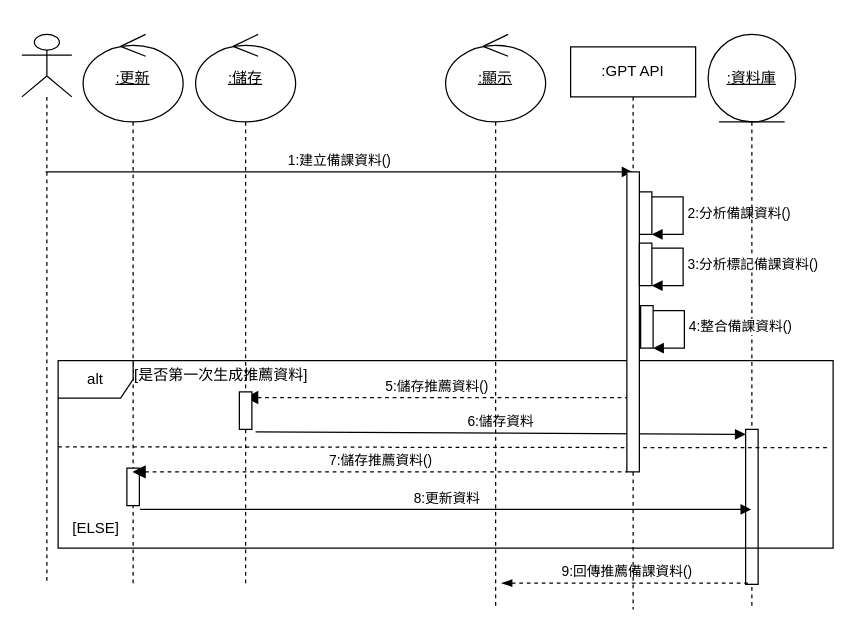
Earlier version of the draw.io diagram page "生成建議資料" (2 of 2) of 循序圖(建議資料).drawio (Kevincheng0804/System-analysis). Source tidied: cells renumbered, new cells numbered last; positions are measured from the earlier drawing's top-left corner, leaving out a move shared by most shapes. Both pictures are drawn from the tidied source at 125%, with x=0, y=0 at pixel (21, 34).
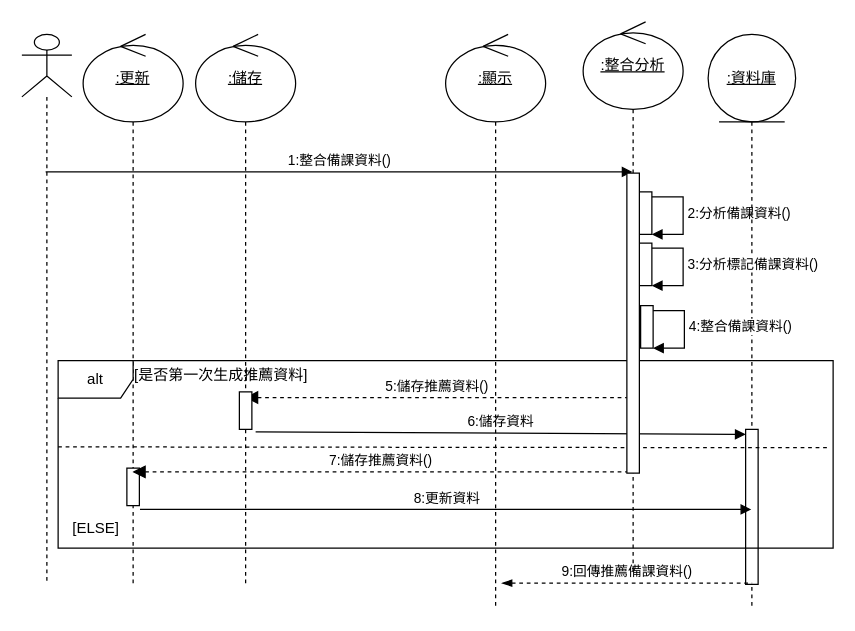
After the change.

Commit message:
更新循序圖(建議資料).drawio

The edit, as a diff of the source:
```diff
@@
-    <mxCell id="3" value="1:建立備課資料()" style="html=1;verticalAlign=bottom;startArrow=none;startFill=0;endArrow=block;startSize=8;" parent="1" edge="1" target="22">
+    <mxCell id="3" value="1:整合備課資料()" style="html=1;verticalAlign=bottom;startArrow=none;startFill=0;endArrow=block;startSize=8;" parent="1" edge="1">
       <mxGeometry relative="1" as="geometry">
         <mxPoint x="19" y="110" as="sourcePoint" />
+        <mxPoint x="488.5" y="110" as="targetPoint" />
       </mxGeometry>
     </mxCell>
@@
-    <mxCell id="22" value=":GPT API" style="shape=umlLifeline;perimeter=lifelinePerimeter;whiteSpace=wrap;html=1;outlineConnect=0;portConstraint=eastwest;newEdgeStyle={&quot;curved&quot;:0,&quot;rounded&quot;:0};" parent="1" vertex="1">
-      <mxGeometry x="439" y="10" width="100" height="450" as="geometry" />
-    </mxCell>
-    <mxCell id="23" style="html=1;perimeter=orthogonalPerimeter;targetShapes=umlLifeline;newEdgeStyle={&quot;curved&quot;:0,&quot;rounded&quot;:0};" parent="22" vertex="1">
-      <mxGeometry x="45" y="100" width="10" height="240" as="geometry" />
-    </mxCell>
@@
+    <mxCell id="28" value="&lt;u&gt;:整合分析&lt;/u&gt;" style="shape=umlLifeline;perimeter=lifelinePerimeter;whiteSpace=wrap;html=1;newEdgeStyle={&quot;curved&quot;:0,&quot;rounded&quot;:0};participant=umlControl;size=70;" parent="1" vertex="1">
+      <mxGeometry x="449" y="-10" width="80" height="440" as="geometry" />
+    </mxCell>
+    <mxCell id="29" style="html=1;perimeter=orthogonalPerimeter;targetShapes=umlLifeline;newEdgeStyle={&quot;curved&quot;:0,&quot;rounded&quot;:0};" parent="28" vertex="1">
+      <mxGeometry x="35" y="121" width="10" height="240" as="geometry" />
+    </mxCell>
```
